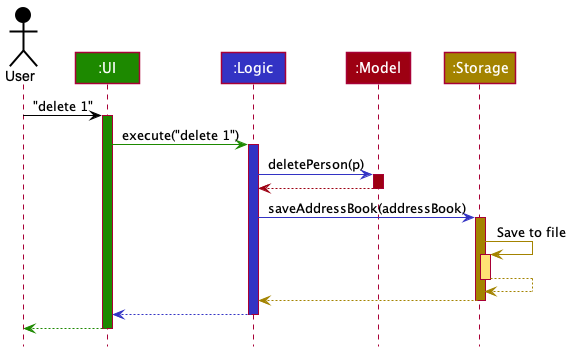
Earlier version of the PlantUML export docs/diagrams/ArchitectureSequenceDiagram.png (nus-cs2103-AY2021S2/tp).
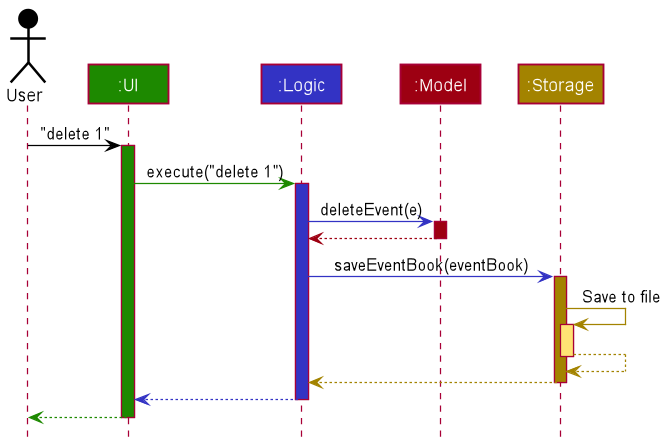
The same diagram one commit later.

Diff of the diagram source:
```diff
@@ -13,13 +13,13 @@
 ui -[UI_COLOR]> logic : execute("delete 1")
 activate logic LOGIC_COLOR
 
-logic -[LOGIC_COLOR]> model : deletePerson(p)
+logic -[LOGIC_COLOR]> model : deleteEvent(e)
 activate model MODEL_COLOR
 
 model -[MODEL_COLOR]-> logic
 deactivate model
 
-logic -[LOGIC_COLOR]> storage : saveAddressBook(addressBook)
+logic -[LOGIC_COLOR]> storage : saveEventBook(eventBook)
 activate storage STORAGE_COLOR
 
 storage -[STORAGE_COLOR]> storage : Save to file
```
